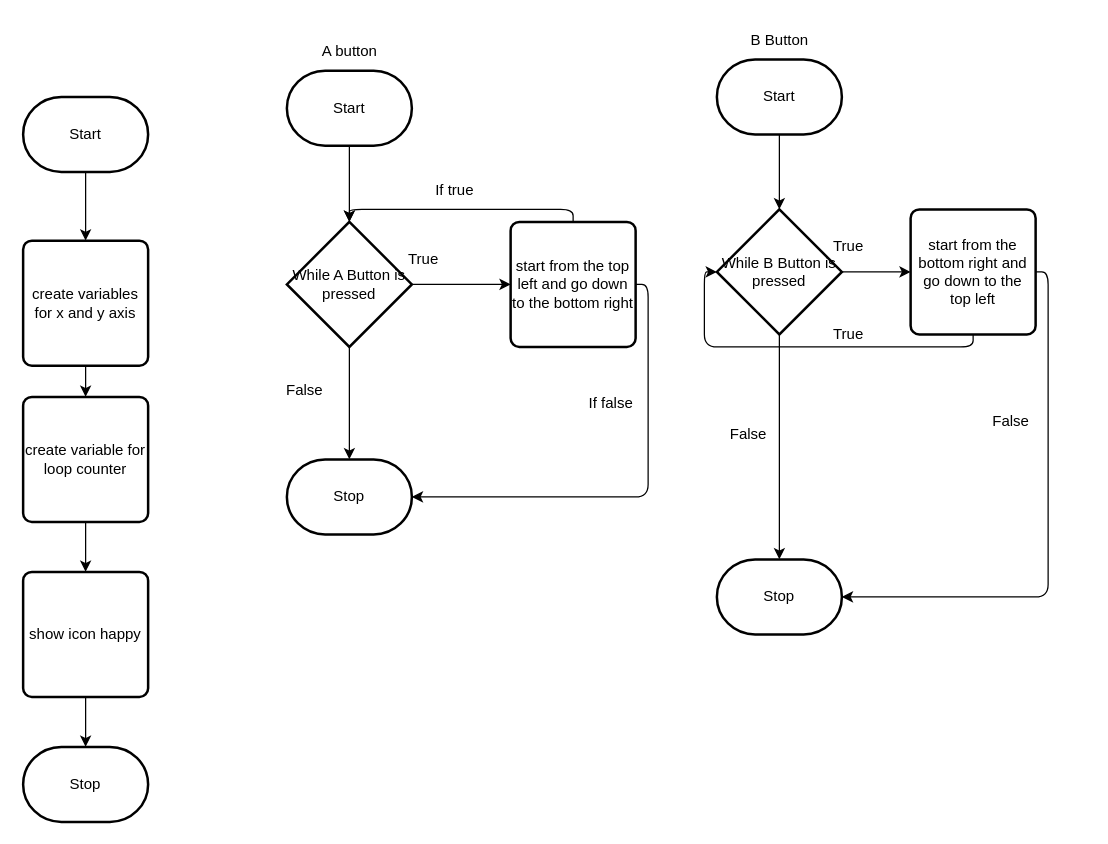
The draw.io diagram design/flowchart.drawio in MTHS-TEJ2O-1-2023/TEJ2O-Unit-2-14-angelo-yalung, before the edit. Source tidied: cells renumbered, new cells numbered last; positions are measured from the earlier drawing's top-left corner, leaving out a move shared by most shapes. Both pictures are drawn from the tidied source at 125%, with x=0, y=0 at pixel (22, 21).
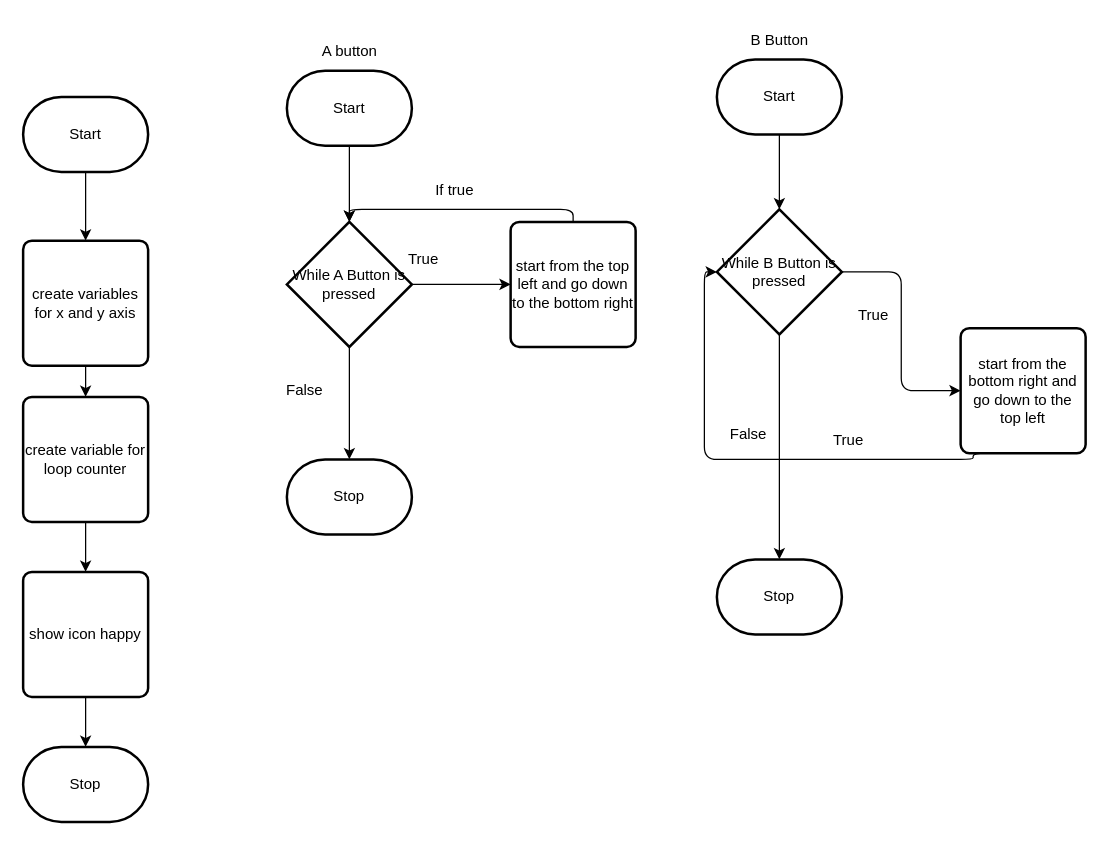
Above is the later version.

Unchanged cells that the change refers to:
```xml
<mxCell id="4" value="Stop" style="strokeWidth=2;html=1;shape=mxgraph.flowchart.terminator;whiteSpace=wrap;" parent="1" vertex="1">
  <mxGeometry x="211" y="350" width="100" height="60" as="geometry" />
</mxCell>
<mxCell id="7" value="Stop" style="strokeWidth=2;html=1;shape=mxgraph.flowchart.terminator;whiteSpace=wrap;" parent="1" vertex="1">
  <mxGeometry x="555" y="430" width="100" height="60" as="geometry" />
</mxCell>
<mxCell id="15" value="While B Button is pressed" style="strokeWidth=2;html=1;shape=mxgraph.flowchart.decision;whiteSpace=wrap;" parent="1" vertex="1">
  <mxGeometry x="555" y="150" width="100" height="100" as="geometry" />
</mxCell>
<mxCell id="19" value="start from the top left and go down to the bottom right" style="rounded=1;whiteSpace=wrap;html=1;absoluteArcSize=1;arcSize=14;strokeWidth=2;" parent="1" vertex="1">
  <mxGeometry x="390" y="160" width="100" height="100" as="geometry" />
</mxCell>
```

Diff of the diagram source:
```diff
@@
-    <mxCell id="17" style="edgeStyle=orthogonalEdgeStyle;html=1;exitX=1;exitY=0.5;exitDx=0;exitDy=0;entryX=1;entryY=0.5;entryDx=0;entryDy=0;entryPerimeter=0;" parent="1" edge="1" source="19" target="4">
-      <mxGeometry relative="1" as="geometry" />
-    </mxCell>
@@
-    <mxCell id="21" value="If false" style="text;html=1;align=center;verticalAlign=middle;strokeColor=none;fillColor=none;" parent="1" vertex="1">
-      <mxGeometry x="440" y="290" width="60" height="30" as="geometry" />
-    </mxCell>
@@
     <mxCell id="23" style="edgeStyle=orthogonalEdgeStyle;html=1;exitX=0.5;exitY=1;exitDx=0;exitDy=0;entryX=0;entryY=0.5;entryDx=0;entryDy=0;entryPerimeter=0;" parent="1" edge="1" source="25" target="15">
       <mxGeometry relative="1" as="geometry">
         <Array as="points">
-          <mxPoint x="760" y="260" />
-          <mxPoint x="545" y="260" />
+          <mxPoint x="760" y="345" />
+          <mxPoint x="760" y="350" />
+          <mxPoint x="545" y="350" />
           <mxPoint x="545" y="200" />
         </Array>
       </mxGeometry>
     </mxCell>
-    <mxCell id="24" style="edgeStyle=orthogonalEdgeStyle;html=1;exitX=1;exitY=0.5;exitDx=0;exitDy=0;entryX=1;entryY=0.5;entryDx=0;entryDy=0;entryPerimeter=0;" parent="1" edge="1" source="25" target="7">
-      <mxGeometry relative="1" as="geometry" />
-    </mxCell>
     <mxCell id="25" value="start from the bottom right and go down to the top left" style="rounded=1;whiteSpace=wrap;html=1;absoluteArcSize=1;arcSize=14;strokeWidth=2;" parent="1" vertex="1">
-      <mxGeometry x="710" y="150" width="100" height="100" as="geometry" />
+      <mxGeometry x="750" y="245" width="100" height="100" as="geometry" />
     </mxCell>
@@
     <mxCell id="35" value="True" style="text;html=1;align=center;verticalAlign=middle;strokeColor=none;fillColor=none;" parent="1" vertex="1">
-      <mxGeometry x="635" y="235" width="50" height="30" as="geometry" />
+      <mxGeometry x="635" y="320" width="50" height="30" as="geometry" />
     </mxCell>
-    <mxCell id="36" value="False" style="text;html=1;align=center;verticalAlign=middle;strokeColor=none;fillColor=none;" parent="1" vertex="1">
-      <mxGeometry x="765" y="305" width="50" height="30" as="geometry" />
-    </mxCell>
     <mxCell id="37" value="True" style="text;html=1;align=center;verticalAlign=middle;strokeColor=none;fillColor=none;" parent="1" vertex="1">
-      <mxGeometry x="635" y="165" width="50" height="30" as="geometry" />
+      <mxGeometry x="655" y="220" width="50" height="30" as="geometry" />
     </mxCell>
```
